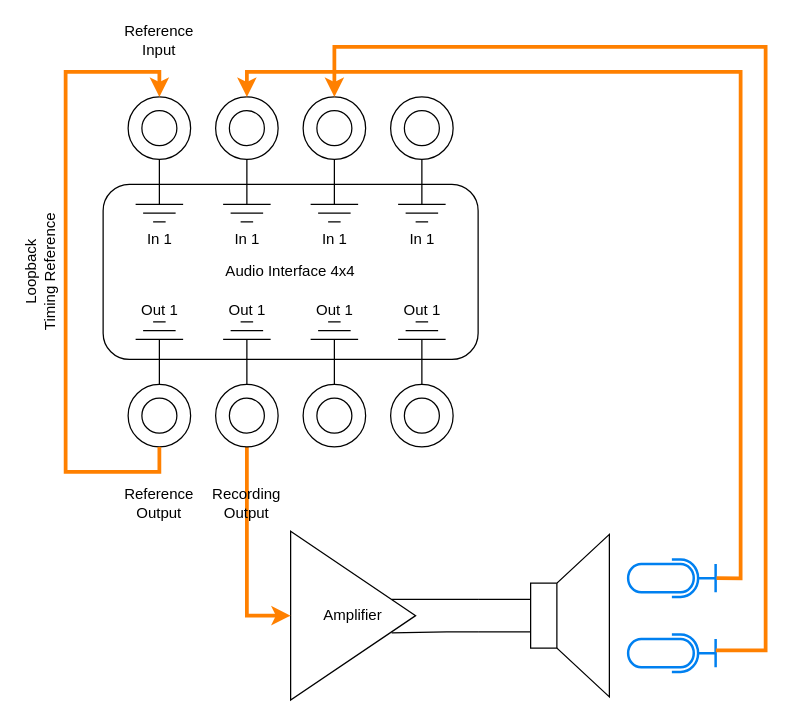
Above: doc/recording_setup.drawio in RolandMueller1994/ir_tools (draw.io), before the change. Source tidied: cells renumbered, new cells numbered last; positions are measured from the earlier drawing's top-left corner, leaving out a move shared by most shapes. Both pictures are drawn from the tidied source at 125%, with x=0, y=0 at pixel (-22, 21).
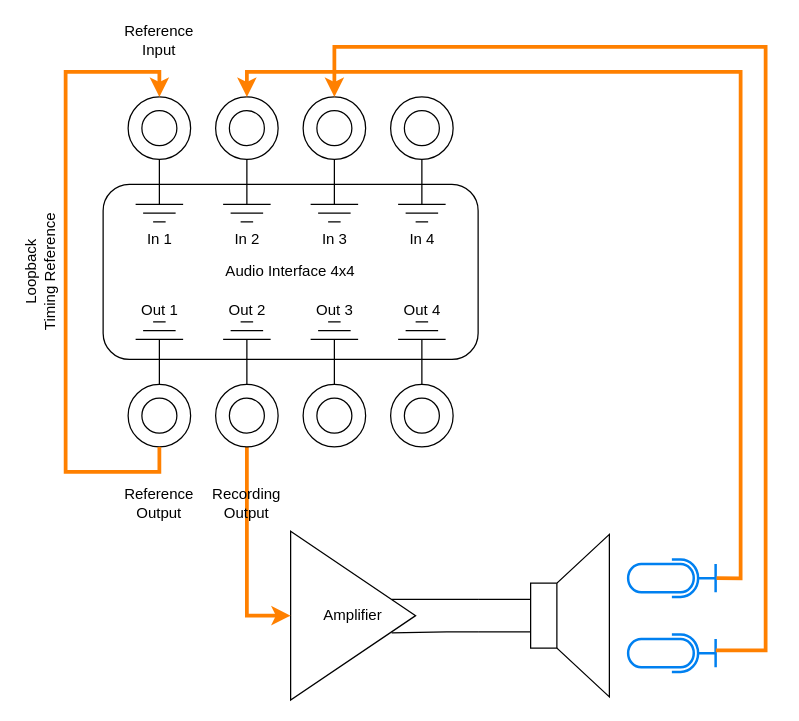
After the change.

Commit message (it also covers changes not shown here):
Fix setup drawing

The edit, as a diff of the source:
```diff
@@
-    <mxCell id="11" value="Out 1" style="verticalLabelPosition=top;shadow=0;dashed=0;align=center;html=1;verticalAlign=bottom;shape=mxgraph.electrical.miscellaneous.shielded_jack_plug;flipV=1;labelPosition=center;" parent="1" vertex="1">
+    <mxCell id="11" value="Out 2" style="verticalLabelPosition=top;shadow=0;dashed=0;align=center;html=1;verticalAlign=bottom;shape=mxgraph.electrical.miscellaneous.shielded_jack_plug;flipV=1;labelPosition=center;" parent="1" vertex="1">
       <mxGeometry x="190" y="240" width="50" height="100" as="geometry" />
     </mxCell>
-    <mxCell id="12" value="Out 1" style="verticalLabelPosition=top;shadow=0;dashed=0;align=center;html=1;verticalAlign=bottom;shape=mxgraph.electrical.miscellaneous.shielded_jack_plug;flipV=1;labelPosition=center;" parent="1" vertex="1">
+    <mxCell id="12" value="Out 3" style="verticalLabelPosition=top;shadow=0;dashed=0;align=center;html=1;verticalAlign=bottom;shape=mxgraph.electrical.miscellaneous.shielded_jack_plug;flipV=1;labelPosition=center;" parent="1" vertex="1">
       <mxGeometry x="260" y="240" width="50" height="100" as="geometry" />
     </mxCell>
-    <mxCell id="13" value="Out 1" style="verticalLabelPosition=top;shadow=0;dashed=0;align=center;html=1;verticalAlign=bottom;shape=mxgraph.electrical.miscellaneous.shielded_jack_plug;flipV=1;labelPosition=center;" parent="1" vertex="1">
+    <mxCell id="13" value="Out 4" style="verticalLabelPosition=top;shadow=0;dashed=0;align=center;html=1;verticalAlign=bottom;shape=mxgraph.electrical.miscellaneous.shielded_jack_plug;flipV=1;labelPosition=center;" parent="1" vertex="1">
       <mxGeometry x="330" y="240" width="50" height="100" as="geometry" />
     </mxCell>
@@
-    <mxCell id="15" value="In 1" style="verticalLabelPosition=bottom;shadow=0;dashed=0;align=center;html=1;verticalAlign=top;shape=mxgraph.electrical.miscellaneous.shielded_jack_plug;flipV=0;labelPosition=center;" parent="1" vertex="1">
+    <mxCell id="15" value="In 2" style="verticalLabelPosition=bottom;shadow=0;dashed=0;align=center;html=1;verticalAlign=top;shape=mxgraph.electrical.miscellaneous.shielded_jack_plug;flipV=0;labelPosition=center;" parent="1" vertex="1">
       <mxGeometry x="190" y="60" width="50" height="100" as="geometry" />
     </mxCell>
-    <mxCell id="16" value="In 1" style="verticalLabelPosition=bottom;shadow=0;dashed=0;align=center;html=1;verticalAlign=top;shape=mxgraph.electrical.miscellaneous.shielded_jack_plug;flipV=0;labelPosition=center;" parent="1" vertex="1">
+    <mxCell id="16" value="In 3" style="verticalLabelPosition=bottom;shadow=0;dashed=0;align=center;html=1;verticalAlign=top;shape=mxgraph.electrical.miscellaneous.shielded_jack_plug;flipV=0;labelPosition=center;" parent="1" vertex="1">
       <mxGeometry x="260" y="60" width="50" height="100" as="geometry" />
     </mxCell>
-    <mxCell id="17" value="In 1" style="verticalLabelPosition=bottom;shadow=0;dashed=0;align=center;html=1;verticalAlign=top;shape=mxgraph.electrical.miscellaneous.shielded_jack_plug;flipV=0;labelPosition=center;" parent="1" vertex="1">
+    <mxCell id="17" value="In 4" style="verticalLabelPosition=bottom;shadow=0;dashed=0;align=center;html=1;verticalAlign=top;shape=mxgraph.electrical.miscellaneous.shielded_jack_plug;flipV=0;labelPosition=center;" parent="1" vertex="1">
       <mxGeometry x="330" y="60" width="50" height="100" as="geometry" />
     </mxCell>
```
